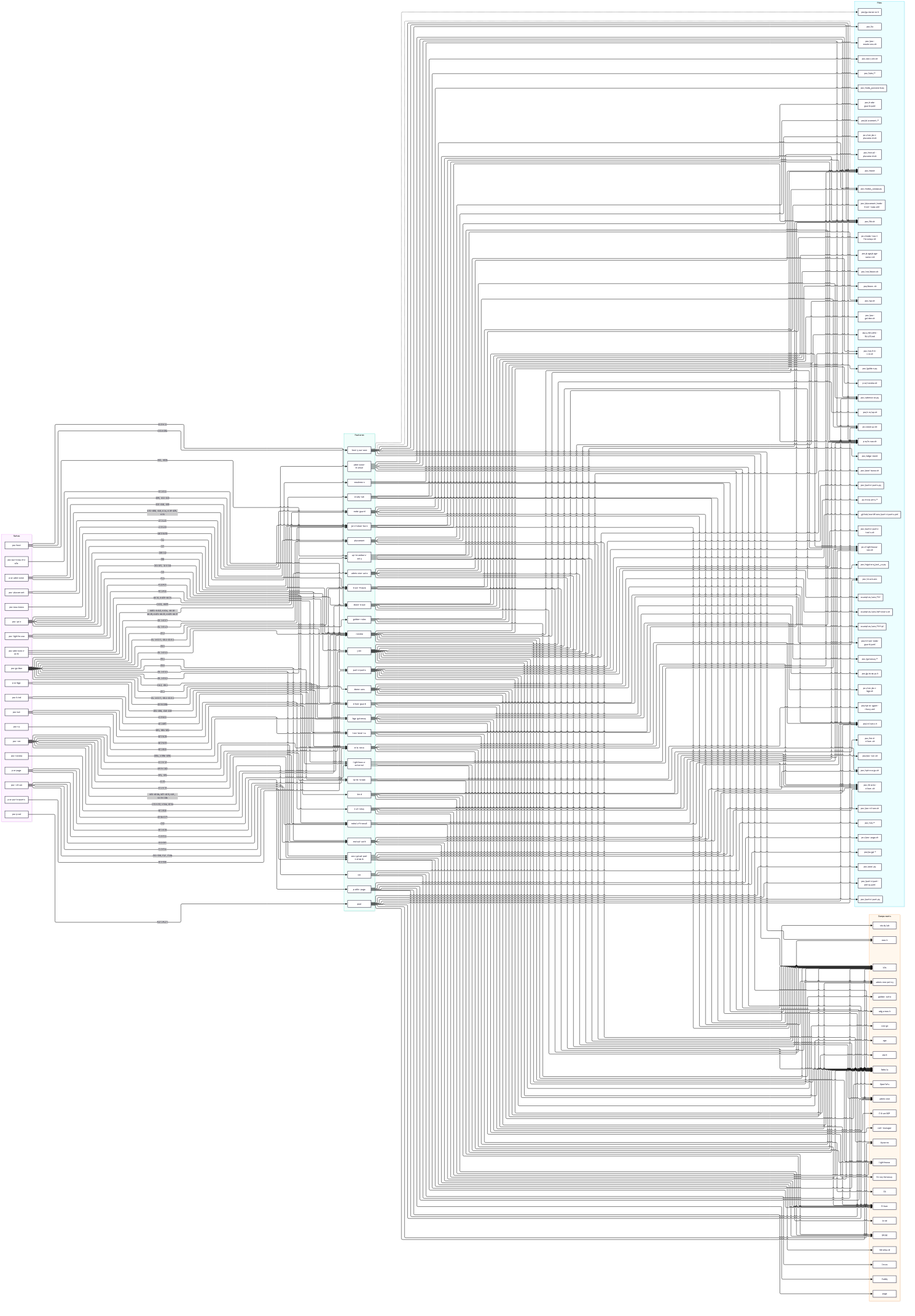
This is docs/diagrams/features.png from villadalmine/k8s-lan-party, a Mermaid export, as it was before one commit. Its source is kept beside it as docs/diagrams/features.mmd.
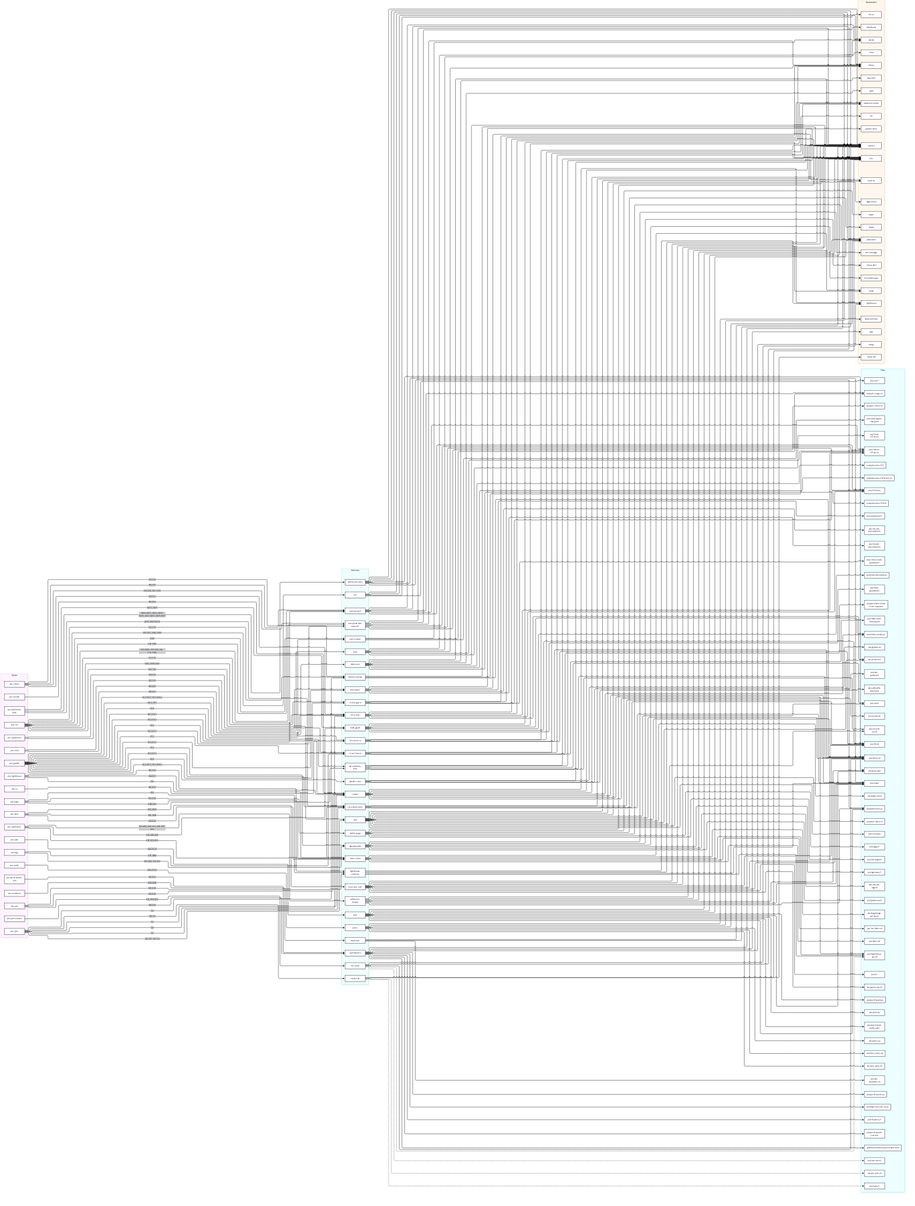
Later version of the same file.

What changed in the source:
```diff
@@ -9,6 +9,7 @@
     s_poc_admission["poc-admission"]
     s_poc_admission_auto["poc-admission-auto"]
     s_poc_pool["poc-pool"]
+    s_poc_party["poc-party"]
     s_poc_page["poc-page"]
     s_poc_lighthouse["poc-lighthouse"]
     s_poc_nat["poc-nat"]
@@ -32,6 +33,7 @@
     f_admission_manual["admission-manual"]
     f_admission_auto["admission-auto"]
     f_pool["pool"]
+    f_party["party"]
     f_public_page["public-page"]
     f_lighthouse_external["lighthouse-external"]
     f_revoke["revoke"]
@@ -62,6 +64,7 @@
     c_admission_policy["admission policy"]
     c_admission["admission"]
     c_Kyverno["Kyverno"]
+    c_NetworkPolicy["NetworkPolicy"]
     c_page["page"]
     c_Caddy["Caddy"]
     c_lighthouse["lighthouse"]
@@ -103,6 +106,9 @@
     p_poc_pool_py["poc/pool.py"]
     p_poc_participant_py["poc/participant.py"]
     p_poc_participant_policy_yaml["poc/participant-policy.yaml"]
+    p_poc_party_py["poc/party.py"]
+    p_poc_test_party_py["poc/test_party.py"]
+    p_poc_poc_party_sh["poc/poc-party.sh"]
     p_poc_page__["poc/page/*"]
     p_poc_poc_page_sh["poc/poc-page.sh"]
     p_poc_lighthouse_vps_sh["poc/lighthouse-vps.sh"]
@@ -226,6 +232,13 @@
   f_pool -.-> p_poc_participant_py
   f_pool -.-> p_poc_participant_policy_yaml
   f_pool -.-> p_poc_admission_py
+  s_poc_party -->|"PY01-PY17"| f_party
+  f_party --> c_k3s
+  f_party --> c_NetworkPolicy
+  f_party --> c_admission
+  f_party -.-> p_poc_party_py
+  f_party -.-> p_poc_test_party_py
+  f_party -.-> p_poc_poc_party_sh
   s_poc_page -->|"G01-G26"| f_public_page
   f_public_page --> c_page
   f_public_page --> c_Caddy
```
